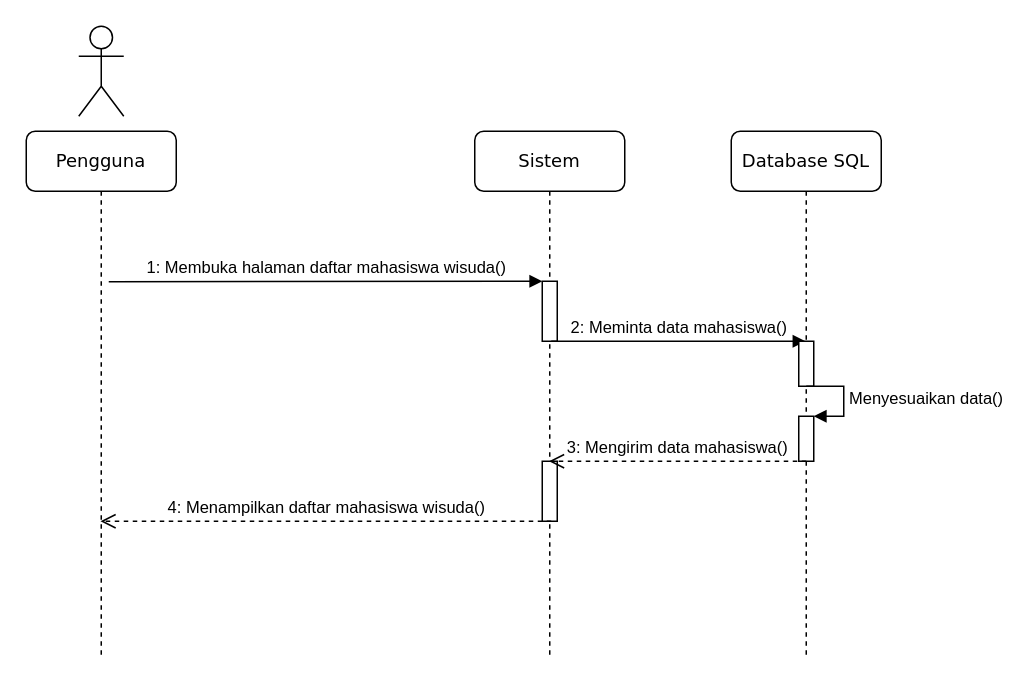
RidhoAnshory/drawiocloud keeps this draw.io diagram as page "Sequence daftar" (4 of 13) of SIAKAD ERD.drawio. Above is the earlier version. Source tidied: cells renumbered, new cells numbered last; positions are measured from the earlier drawing's top-left corner, leaving out a move shared by most shapes. Both pictures are drawn from the tidied source at 150%, with x=0, y=0 at pixel (26, 26).
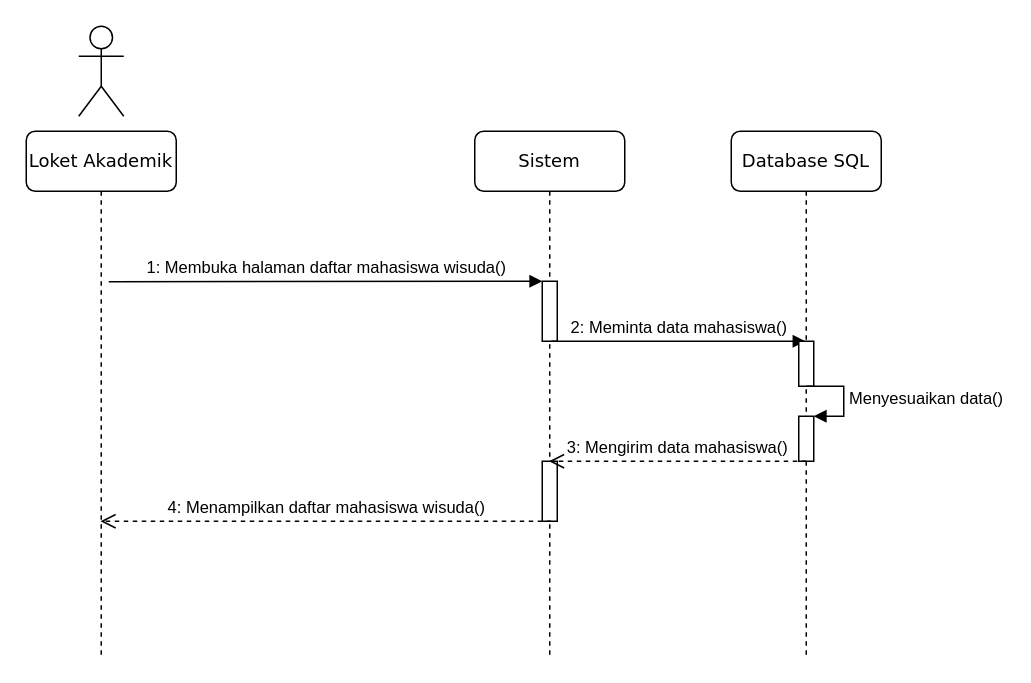
After the change.

What changed in the source:
```diff
@@
 <mxGraphModel>
   <root>
     <mxCell id="0" />
     <mxCell id="1" parent="0" />
     <mxCell id="2" value="Sistem" style="shape=umlLifeline;perimeter=lifelinePerimeter;whiteSpace=wrap;html=1;outlineConnect=0;rounded=1;shadow=0;comic=0;labelBackgroundColor=none;strokeWidth=1;fontFamily=Verdana;fontSize=12;align=center;" parent="1" vertex="1">
       <mxGeometry x="299" y="70" width="100" height="350" as="geometry" />
     </mxCell>
     <mxCell id="3" style="html=1;points=[];perimeter=orthogonalPerimeter;rounded=0;shadow=0;comic=0;labelBackgroundColor=none;strokeWidth=1;fontFamily=Verdana;fontSize=12;align=center;" parent="2" vertex="1">
       <mxGeometry x="45" y="100" width="10" height="40" as="geometry" />
     </mxCell>
     <mxCell id="4" value="2: Meminta data mahasiswa()" style="html=1;verticalAlign=bottom;endArrow=block;" parent="2" edge="1" target="6">
       <mxGeometry relative="1" as="geometry">
         <mxPoint x="51" y="140" as="sourcePoint" />
       </mxGeometry>
     </mxCell>
     <mxCell id="5" style="html=1;perimeter=orthogonalPerimeter;" parent="2" vertex="1">
       <mxGeometry x="45" y="220" width="10" height="40" as="geometry" />
     </mxCell>
     <mxCell id="6" value="Database SQL" style="shape=umlLifeline;perimeter=lifelinePerimeter;whiteSpace=wrap;html=1;outlineConnect=0;rounded=1;shadow=0;comic=0;labelBackgroundColor=none;strokeWidth=1;fontFamily=Verdana;fontSize=12;align=center;" parent="1" vertex="1">
       <mxGeometry x="470" y="70" width="100" height="350" as="geometry" />
     </mxCell>
     <mxCell id="7" style="html=1;perimeter=orthogonalPerimeter;" parent="6" vertex="1">
       <mxGeometry x="45" y="140" width="10" height="30" as="geometry" />
     </mxCell>
     <mxCell id="8" style="html=1;points=[];perimeter=orthogonalPerimeter;" parent="6" vertex="1">
       <mxGeometry x="45" y="190" width="10" height="30" as="geometry" />
     </mxCell>
     <mxCell id="9" value="Menyesuaikan data()" style="edgeStyle=orthogonalEdgeStyle;html=1;align=left;spacingLeft=2;endArrow=block;rounded=0;entryX=1;entryY=0;" parent="6" edge="1" target="8">
       <mxGeometry relative="1" as="geometry">
         <mxPoint x="50" y="170" as="sourcePoint" />
         <Array as="points">
           <mxPoint x="75" y="170" />
         </Array>
       </mxGeometry>
     </mxCell>
-    <mxCell id="10" value="Pengguna" style="shape=umlLifeline;perimeter=lifelinePerimeter;whiteSpace=wrap;html=1;outlineConnect=0;rounded=1;shadow=0;comic=0;labelBackgroundColor=none;strokeWidth=1;fontFamily=Verdana;fontSize=12;align=center;" parent="1" vertex="1">
+    <mxCell id="10" value="Loket Akademik" style="shape=umlLifeline;perimeter=lifelinePerimeter;whiteSpace=wrap;html=1;outlineConnect=0;rounded=1;shadow=0;comic=0;labelBackgroundColor=none;strokeWidth=1;fontFamily=Verdana;fontSize=12;align=center;" parent="1" vertex="1">
       <mxGeometry y="70" width="100" height="350" as="geometry" />
     </mxCell>
     <mxCell id="11" value="&lt;font style=&quot;font-size: 11px&quot; face=&quot;Helvetica&quot;&gt;1: Membuka halaman daftar mahasiswa wisuda()&lt;/font&gt;" style="html=1;verticalAlign=bottom;endArrow=block;entryX=0;entryY=0;labelBackgroundColor=none;fontFamily=Verdana;fontSize=12;edgeStyle=elbowEdgeStyle;elbow=vertical;" parent="1" edge="1" target="3">
       <mxGeometry relative="1" as="geometry">
         <mxPoint x="55" y="170.3" as="sourcePoint" />
       </mxGeometry>
     </mxCell>
     <mxCell id="12" style="shape=umlActor;verticalLabelPosition=bottom;verticalAlign=top;html=1;" parent="1" vertex="1">
       <mxGeometry x="35" width="30" height="60" as="geometry" />
     </mxCell>
     <mxCell id="13" value="3: Mengirim data mahasiswa()" style="html=1;verticalAlign=bottom;endArrow=open;dashed=1;endSize=8;" parent="1" edge="1" target="2">
       <mxGeometry relative="1" as="geometry">
         <mxPoint x="520" y="290" as="sourcePoint" />
       </mxGeometry>
     </mxCell>
     <mxCell id="14" value="4: Menampilkan daftar mahasiswa wisuda()" style="html=1;verticalAlign=bottom;endArrow=open;dashed=1;endSize=8;" parent="1" edge="1" target="10">
       <mxGeometry relative="1" as="geometry">
         <mxPoint x="350" y="330" as="sourcePoint" />
       </mxGeometry>
     </mxCell>
   </root>
 </mxGraphModel>
```
